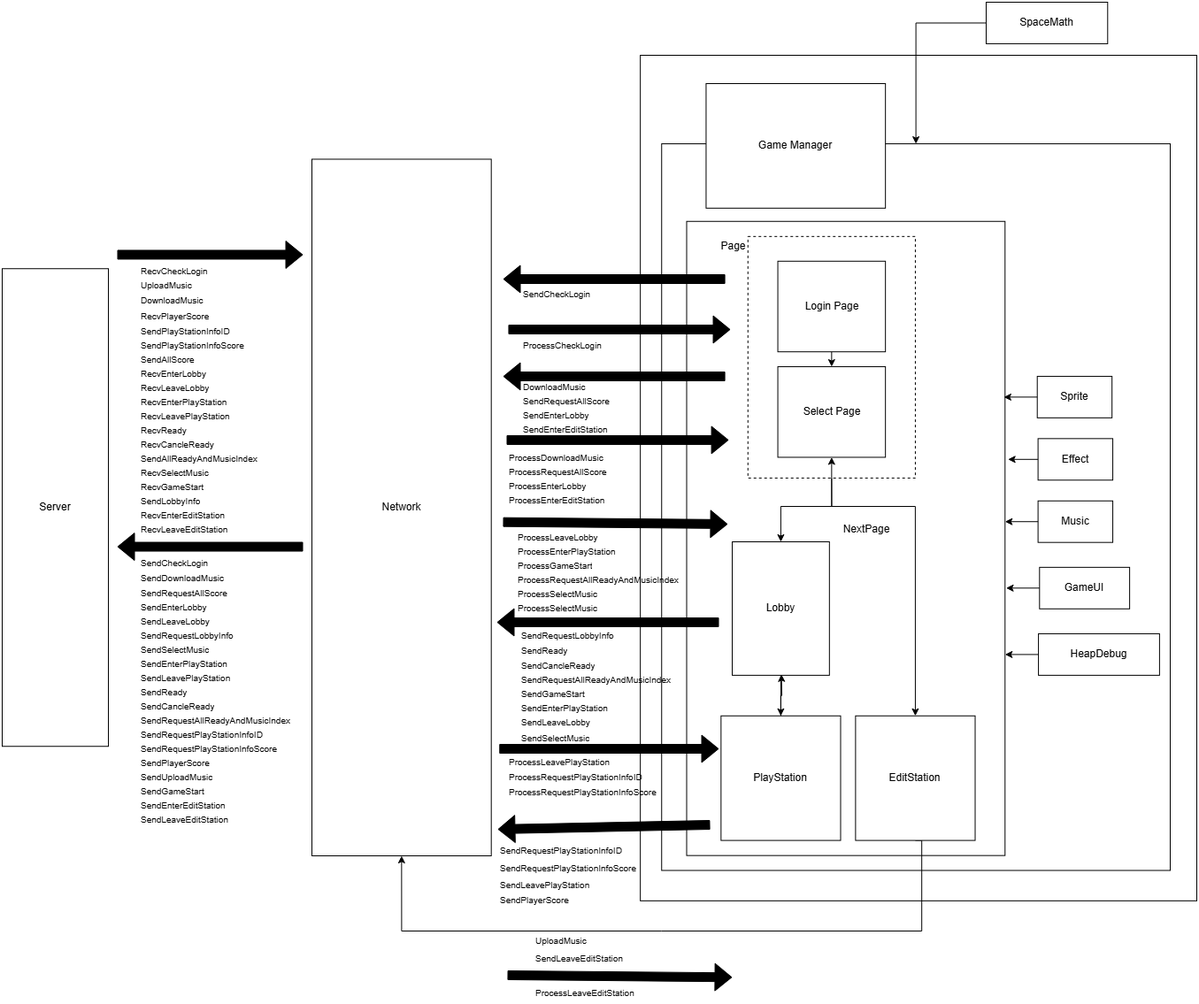
Earlier version of the draw.io export drawio/HLD2.drawio (1).png (rmrgns/NetGameTeamProject). Source tidied: cells renumbered, new cells last; positions are measured from the earlier drawing's top-left corner, leaving out a move shared by most shapes.
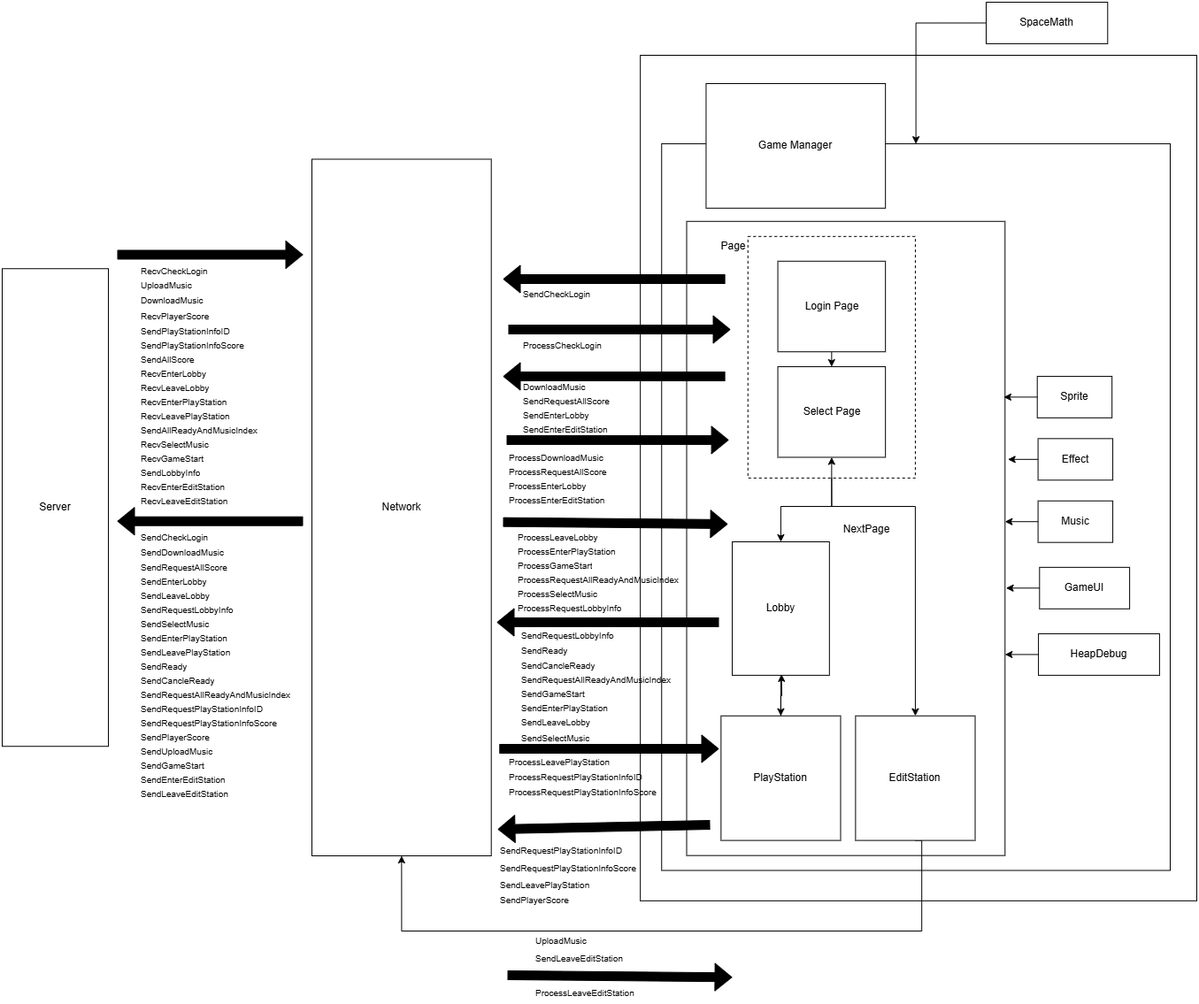
After the commit.

What changed in the source:
```diff
@@ -297,7 +297,7 @@
     <mxCell id="87" style="shape=tableRow;horizontal=0;startSize=0;swimlaneHead=0;swimlaneBody=0;strokeColor=inherit;top=0;left=0;bottom=0;right=0;fillColor=none;fontSize=16;" parent="76" vertex="1">
       <mxGeometry y="80" width="224.3" height="16" as="geometry" />
     </mxCell>
-    <mxCell id="88" value="ProcessSelectMusic" style="shape=partialRectangle;html=1;whiteSpace=wrap;strokeColor=inherit;overflow=hidden;fillColor=none;top=0;left=0;bottom=0;right=0;fontSize=10;align=left;spacingLeft=5;" parent="87" vertex="1">
+    <mxCell id="88" value="ProcessRequestLobbyInfo" style="shape=partialRectangle;html=1;whiteSpace=wrap;strokeColor=inherit;overflow=hidden;fillColor=none;top=0;left=0;bottom=0;right=0;fontSize=10;align=left;spacingLeft=5;" parent="87" vertex="1">
       <mxGeometry width="224" height="16" as="geometry" />
     </mxCell>
     <mxCell id="89" style="shape=flexArrow;endArrow=classic;html=1;rounded=0;entryX=-0.013;entryY=0.168;entryDx=0;entryDy=0;entryPerimeter=0;fillColor=#000000;" parent="1" edge="1">
@@ -382,7 +382,7 @@
       <mxGeometry width="127" height="16" as="geometry" />
     </mxCell>
     <mxCell id="112" style="shape=table;startSize=0;fontSize=11;fillColor=none;strokeColor=none;" parent="1" vertex="1">
-      <mxGeometry x="150" y="626" width="190" height="306" as="geometry" />
+      <mxGeometry x="150" y="597" width="190" height="306" as="geometry" />
     </mxCell>
     <mxCell id="113" style="shape=tableRow;horizontal=0;startSize=0;swimlaneHead=0;swimlaneBody=0;strokeColor=inherit;top=0;left=0;bottom=0;right=0;fillColor=none;fontSize=16;" parent="112" vertex="1">
       <mxGeometry width="190" height="16" as="geometry" />
@@ -506,12 +506,12 @@
     </mxCell>
     <mxCell id="152" style="shape=flexArrow;endArrow=classic;html=1;rounded=0;fillColor=#000000;" parent="1" edge="1">
       <mxGeometry relative="1" as="geometry">
-        <mxPoint x="340" y="615.6" as="sourcePoint" />
-        <mxPoint x="130" y="615.6" as="targetPoint" />
+        <mxPoint x="340" y="586.7" as="sourcePoint" />
+        <mxPoint x="130" y="586.7" as="targetPoint" />
       </mxGeometry>
     </mxCell>
     <mxCell id="153" style="shape=table;startSize=0;fontSize=11;fillColor=none;strokeColor=none;" parent="1" vertex="1">
-      <mxGeometry x="150" y="295.6" width="160" height="308" as="geometry" />
+      <mxGeometry x="150" y="295.6" width="160" height="276" as="geometry" />
     </mxCell>
     <mxCell id="154" style="shape=tableRow;horizontal=0;startSize=0;swimlaneHead=0;swimlaneBody=0;strokeColor=inherit;top=0;left=0;bottom=0;right=0;fillColor=none;fontSize=16;" parent="153" vertex="1">
       <mxGeometry width="160" height="16" as="geometry" />
@@ -579,50 +579,38 @@
     <mxCell id="175" value="RecvLeavePlayStation" style="shape=partialRectangle;html=1;whiteSpace=wrap;strokeColor=inherit;overflow=hidden;fillColor=none;top=0;left=0;bottom=0;right=0;fontSize=10;align=left;spacingLeft=5;" parent="174" vertex="1">
       <mxGeometry width="160" height="16" as="geometry" />
     </mxCell>
-    <mxCell id="176" style="shape=tableRow;horizontal=0;startSize=0;swimlaneHead=0;swimlaneBody=0;strokeColor=inherit;top=0;left=0;bottom=0;right=0;fillColor=none;fontSize=16;" parent="153" vertex="1">
-      <mxGeometry y="180" width="160" height="16" as="geometry" />
-    </mxCell>
-    <mxCell id="177" value="RecvReady" style="shape=partialRectangle;html=1;whiteSpace=wrap;strokeColor=inherit;overflow=hidden;fillColor=none;top=0;left=0;bottom=0;right=0;fontSize=10;align=left;spacingLeft=5;" parent="176" vertex="1">
-      <mxGeometry width="160" height="16" as="geometry" />
-    </mxCell>
-    <mxCell id="178" style="shape=tableRow;horizontal=0;startSize=0;swimlaneHead=0;swimlaneBody=0;strokeColor=inherit;top=0;left=0;bottom=0;right=0;fillColor=none;fontSize=16;" parent="153" vertex="1">
-      <mxGeometry y="196" width="160" height="16" as="geometry" />
-    </mxCell>
-    <mxCell id="179" value="RecvCancleReady" style="shape=partialRectangle;html=1;whiteSpace=wrap;strokeColor=inherit;overflow=hidden;fillColor=none;top=0;left=0;bottom=0;right=0;fontSize=10;align=left;spacingLeft=5;" parent="178" vertex="1">
-      <mxGeometry width="160" height="16" as="geometry" />
-    </mxCell>
     <mxCell id="180" style="shape=tableRow;horizontal=0;startSize=0;swimlaneHead=0;swimlaneBody=0;strokeColor=inherit;top=0;left=0;bottom=0;right=0;fillColor=none;fontSize=16;" parent="153" vertex="1">
-      <mxGeometry y="212" width="160" height="16" as="geometry" />
+      <mxGeometry y="180" width="160" height="16" as="geometry" />
     </mxCell>
     <mxCell id="181" value="SendAllReadyAndMusicIndex" style="shape=partialRectangle;html=1;whiteSpace=wrap;strokeColor=inherit;overflow=hidden;fillColor=none;top=0;left=0;bottom=0;right=0;fontSize=10;align=left;spacingLeft=5;" parent="180" vertex="1">
       <mxGeometry width="160" height="16" as="geometry" />
     </mxCell>
     <mxCell id="182" style="shape=tableRow;horizontal=0;startSize=0;swimlaneHead=0;swimlaneBody=0;strokeColor=inherit;top=0;left=0;bottom=0;right=0;fillColor=none;fontSize=16;" parent="153" vertex="1">
-      <mxGeometry y="228" width="160" height="16" as="geometry" />
+      <mxGeometry y="196" width="160" height="16" as="geometry" />
     </mxCell>
     <mxCell id="183" value="RecvSelectMusic" style="shape=partialRectangle;html=1;whiteSpace=wrap;strokeColor=inherit;overflow=hidden;fillColor=none;top=0;left=0;bottom=0;right=0;fontSize=10;align=left;spacingLeft=5;" parent="182" vertex="1">
       <mxGeometry width="160" height="16" as="geometry" />
     </mxCell>
     <mxCell id="184" style="shape=tableRow;horizontal=0;startSize=0;swimlaneHead=0;swimlaneBody=0;strokeColor=inherit;top=0;left=0;bottom=0;right=0;fillColor=none;fontSize=16;" parent="153" vertex="1">
-      <mxGeometry y="244" width="160" height="16" as="geometry" />
+      <mxGeometry y="212" width="160" height="16" as="geometry" />
     </mxCell>
     <mxCell id="185" value="RecvGameStart" style="shape=partialRectangle;html=1;whiteSpace=wrap;strokeColor=inherit;overflow=hidden;fillColor=none;top=0;left=0;bottom=0;right=0;fontSize=10;align=left;spacingLeft=5;" parent="184" vertex="1">
       <mxGeometry width="160" height="16" as="geometry" />
     </mxCell>
     <mxCell id="186" style="shape=tableRow;horizontal=0;startSize=0;swimlaneHead=0;swimlaneBody=0;strokeColor=inherit;top=0;left=0;bottom=0;right=0;fillColor=none;fontSize=16;" parent="153" vertex="1">
-      <mxGeometry y="260" width="160" height="16" as="geometry" />
+      <mxGeometry y="228" width="160" height="16" as="geometry" />
     </mxCell>
     <mxCell id="187" value="SendLobbyInfo" style="shape=partialRectangle;html=1;whiteSpace=wrap;strokeColor=inherit;overflow=hidden;fillColor=none;top=0;left=0;bottom=0;right=0;fontSize=10;align=left;spacingLeft=5;" parent="186" vertex="1">
       <mxGeometry width="160" height="16" as="geometry" />
     </mxCell>
     <mxCell id="188" style="shape=tableRow;horizontal=0;startSize=0;swimlaneHead=0;swimlaneBody=0;strokeColor=inherit;top=0;left=0;bottom=0;right=0;fillColor=none;fontSize=16;" parent="153" vertex="1">
-      <mxGeometry y="276" width="160" height="16" as="geometry" />
+      <mxGeometry y="244" width="160" height="16" as="geometry" />
     </mxCell>
     <mxCell id="189" value="RecvEnterEditStation" style="shape=partialRectangle;html=1;whiteSpace=wrap;strokeColor=inherit;overflow=hidden;fillColor=none;top=0;left=0;bottom=0;right=0;fontSize=10;align=left;spacingLeft=5;" parent="188" vertex="1">
       <mxGeometry width="160" height="16" as="geometry" />
     </mxCell>
     <mxCell id="190" style="shape=tableRow;horizontal=0;startSize=0;swimlaneHead=0;swimlaneBody=0;strokeColor=inherit;top=0;left=0;bottom=0;right=0;fillColor=none;fontSize=16;" parent="153" vertex="1">
-      <mxGeometry y="292" width="160" height="16" as="geometry" />
+      <mxGeometry y="260" width="160" height="16" as="geometry" />
     </mxCell>
     <mxCell id="191" value="RecvLeaveEditStation" style="shape=partialRectangle;html=1;whiteSpace=wrap;strokeColor=inherit;overflow=hidden;fillColor=none;top=0;left=0;bottom=0;right=0;fontSize=10;align=left;spacingLeft=5;" parent="190" vertex="1">
       <mxGeometry width="160" height="16" as="geometry" />
```
